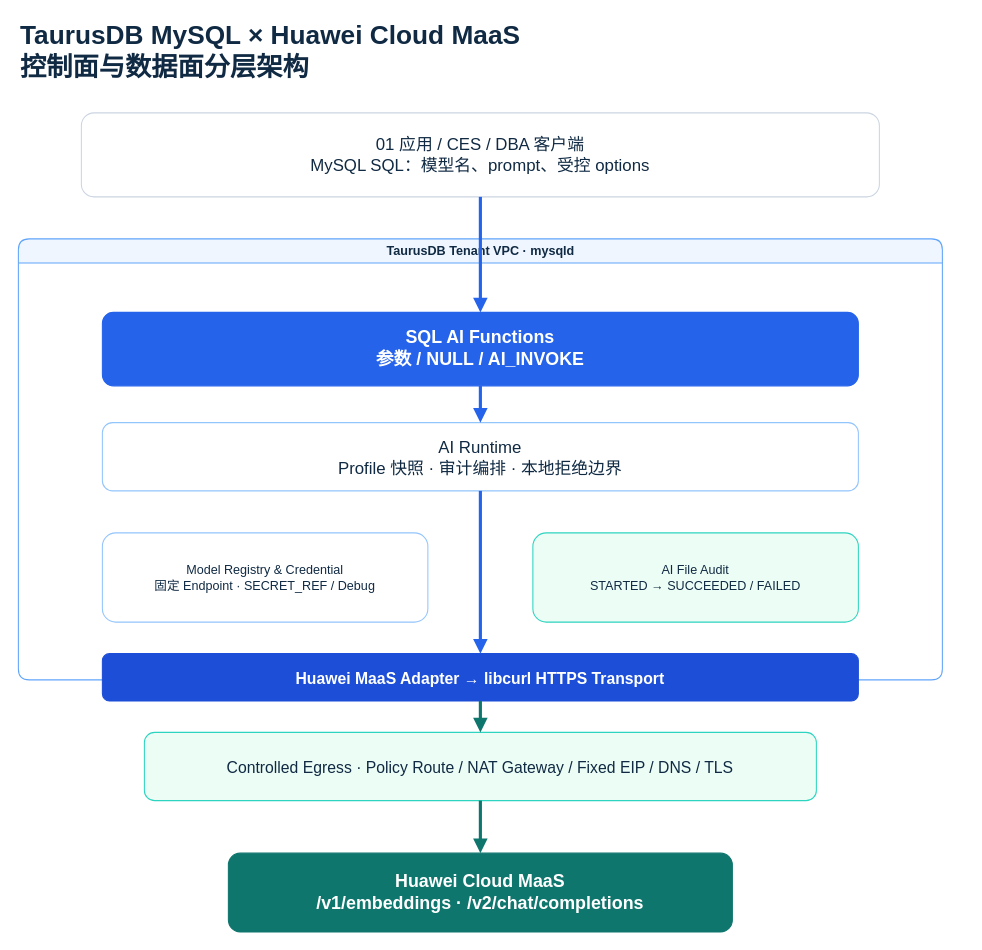
The draw.io diagram page "01 Architecture" (2 of 12) of Docs/db4ai/assets/taurusdb-maas-committer-diagrams.drawio in ZhuQingping/AliSQL, before the edit. Source tidied: cells renumbered, new cells numbered last; positions are measured from the earlier drawing's top-left corner, leaving out a move shared by most shapes. Both pictures are drawn from the tidied source at 105%, with x=0, y=0 at pixel (18, 18).
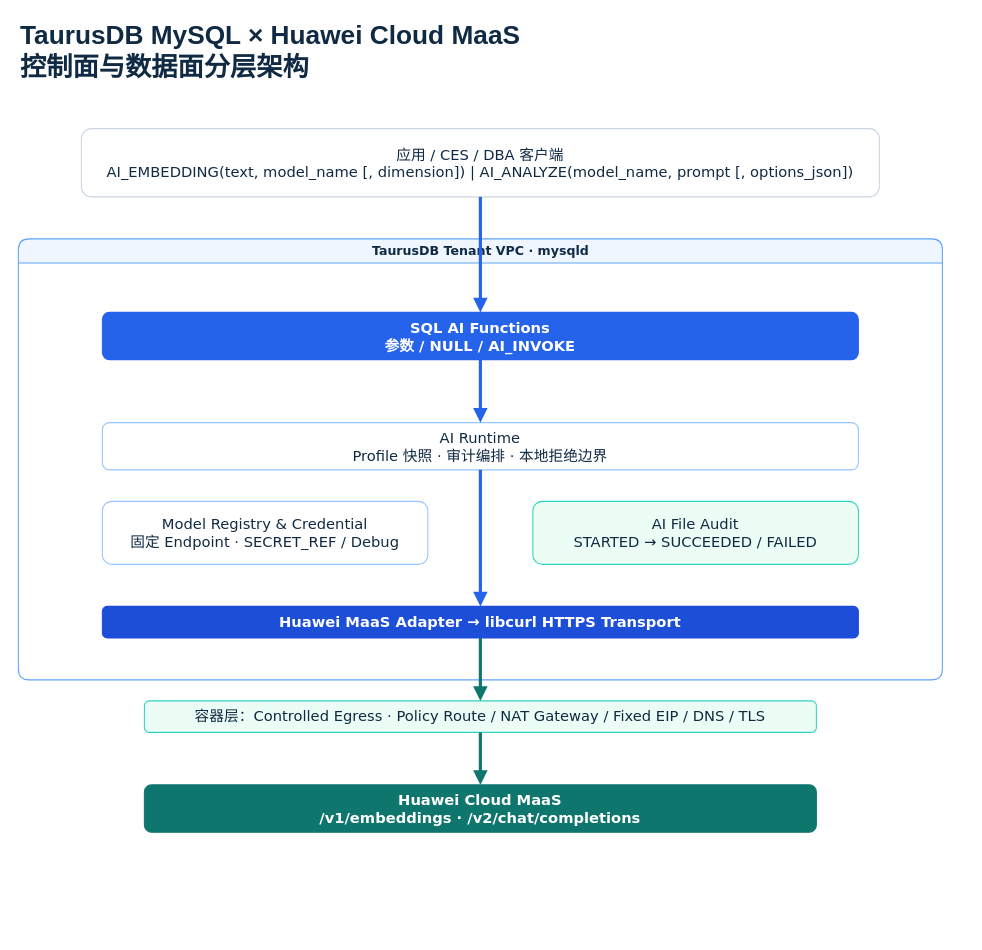
The same diagram, later.

Commit message (it also covers changes not shown here):
docs: expand maas committer design

What changed in the source:
```diff
@@
 <mxGraphModel>
   <root>
     <mxCell id="0" />
     <mxCell id="1" parent="0" />
     <mxCell id="2" value="TaurusDB MySQL × Huawei Cloud MaaS&#10;控制面与数据面分层架构" style="text;html=1;align=left;verticalAlign=middle;fontSize=25;fontStyle=1;fontColor=#102A43;" parent="1" vertex="1">
       <mxGeometry width="900" height="60" as="geometry" />
     </mxCell>
-    <mxCell id="3" value="01  应用 / CES / DBA 客户端&#10;MySQL SQL：模型名、prompt、受控 options" style="rounded=1;whiteSpace=wrap;html=1;fillColor=#FFFFFF;strokeColor=#CBD5E1;fontSize=16;fontColor=#102A43;" parent="1" vertex="1">
-      <mxGeometry x="60" y="90" width="760" height="80" as="geometry" />
+    <mxCell id="3" value="应用 / CES / DBA 客户端&lt;br&gt;AI_EMBEDDING(text, model_name [, dimension]) |&amp;nbsp;AI_ANALYZE(model_name, prompt [, options_json])" style="rounded=1;whiteSpace=wrap;html=1;fillColor=#FFFFFF;strokeColor=#CBD5E1;fontSize=14;fontColor=#102A43;fontFamily=Verdana;" parent="1" vertex="1">
+      <mxGeometry x="60" y="105" width="760" height="65" as="geometry" />
     </mxCell>
-    <mxCell id="4" value="TaurusDB Tenant VPC · mysqld" style="swimlane;rounded=1;html=1;fillColor=#EFF6FF;strokeColor=#60A5FA;fontColor=#102A43;fontStyle=1;" parent="1" vertex="1">
+    <mxCell id="4" value="TaurusDB Tenant VPC · mysqld" style="swimlane;rounded=1;html=1;fillColor=#EFF6FF;strokeColor=#60A5FA;fontColor=#102A43;fontStyle=1;fontFamily=Verdana;" parent="1" vertex="1">
       <mxGeometry y="210" width="880" height="420" as="geometry" />
     </mxCell>
-    <mxCell id="5" value="SQL AI Functions&#10;参数 / NULL / AI_INVOKE" style="rounded=1;whiteSpace=wrap;html=1;fillColor=#2563EB;strokeColor=#2563EB;fontColor=#FFFFFF;fontStyle=1;fontSize=17;" parent="4" vertex="1">
-      <mxGeometry x="80" y="70" width="720" height="70" as="geometry" />
+    <mxCell id="5" value="SQL AI Functions&#10;参数 / NULL / AI_INVOKE" style="rounded=1;whiteSpace=wrap;html=1;fillColor=#2563EB;strokeColor=#2563EB;fontColor=#FFFFFF;fontStyle=1;fontSize=14;fontFamily=Verdana;" parent="4" vertex="1">
+      <mxGeometry x="80" y="70" width="720" height="45" as="geometry" />
     </mxCell>
-    <mxCell id="6" value="AI Runtime&#10;Profile 快照 · 审计编排 · 本地拒绝边界" style="rounded=1;whiteSpace=wrap;html=1;fillColor=#FFFFFF;strokeColor=#93C5FD;fontColor=#102A43;fontSize=16;" parent="4" vertex="1">
-      <mxGeometry x="80" y="175" width="720" height="65" as="geometry" />
+    <mxCell id="6" value="AI Runtime&#10;Profile 快照 · 审计编排 · 本地拒绝边界" style="rounded=1;whiteSpace=wrap;html=1;fillColor=#FFFFFF;strokeColor=#93C5FD;fontColor=#102A43;fontSize=14;fontFamily=Verdana;" parent="4" vertex="1">
+      <mxGeometry x="80" y="175" width="720" height="45" as="geometry" />
     </mxCell>
-    <mxCell id="7" value="Model Registry &amp; Credential&#10;固定 Endpoint · SECRET_REF / Debug" style="rounded=1;whiteSpace=wrap;html=1;fillColor=#FFFFFF;strokeColor=#93C5FD;fontColor=#102A43;" parent="4" vertex="1">
-      <mxGeometry x="80" y="280" width="310" height="85" as="geometry" />
+    <mxCell id="7" value="Model Registry &amp;amp; Credential&#10;固定 Endpoint · SECRET_REF / Debug" style="rounded=1;whiteSpace=wrap;html=1;fillColor=#FFFFFF;strokeColor=#93C5FD;fontColor=#102A43;fontFamily=Verdana;fontSize=14;" parent="4" vertex="1">
+      <mxGeometry x="80" y="250" width="310" height="60" as="geometry" />
     </mxCell>
-    <mxCell id="8" value="AI File Audit&#10;STARTED → SUCCEEDED / FAILED" style="rounded=1;whiteSpace=wrap;html=1;fillColor=#ECFDF5;strokeColor=#2DD4BF;fontColor=#102A43;" parent="4" vertex="1">
-      <mxGeometry x="490" y="280" width="310" height="85" as="geometry" />
+    <mxCell id="8" value="AI File Audit&#10;STARTED → SUCCEEDED / FAILED" style="rounded=1;whiteSpace=wrap;html=1;fillColor=#ECFDF5;strokeColor=#2DD4BF;fontColor=#102A43;fontFamily=Verdana;fontSize=14;" parent="4" vertex="1">
+      <mxGeometry x="490" y="250" width="310" height="60" as="geometry" />
     </mxCell>
-    <mxCell id="9" value="Huawei MaaS Adapter → libcurl HTTPS Transport" style="rounded=1;whiteSpace=wrap;html=1;fillColor=#1D4ED8;strokeColor=#1D4ED8;fontColor=#FFFFFF;fontStyle=1;fontSize=15;" parent="4" vertex="1">
-      <mxGeometry x="80" y="395" width="720" height="45" as="geometry" />
+    <mxCell id="9" value="Huawei MaaS Adapter → libcurl HTTPS Transport" style="rounded=1;whiteSpace=wrap;html=1;fillColor=#1D4ED8;strokeColor=#1D4ED8;fontColor=#FFFFFF;fontStyle=1;fontSize=14;fontFamily=Verdana;" parent="4" vertex="1">
+      <mxGeometry x="80" y="350" width="720" height="30" as="geometry" />
     </mxCell>
-    <mxCell id="10" value="Controlled Egress · Policy Route / NAT Gateway / Fixed EIP / DNS / TLS" style="rounded=1;whiteSpace=wrap;html=1;fillColor=#ECFDF5;strokeColor=#2DD4BF;fontColor=#102A43;fontSize=15;" parent="1" vertex="1">
-      <mxGeometry x="120" y="680" width="640" height="65" as="geometry" />
+    <mxCell id="10" value="容器层：Controlled Egress · Policy Route / NAT Gateway / Fixed EIP / DNS / TLS" style="rounded=1;whiteSpace=wrap;html=1;fillColor=#ECFDF5;strokeColor=#2DD4BF;fontColor=#102A43;fontSize=14;fontFamily=Verdana;" parent="1" vertex="1">
+      <mxGeometry x="120" y="650" width="640" height="30" as="geometry" />
     </mxCell>
-    <mxCell id="11" value="Huawei Cloud MaaS&#10;/v1/embeddings · /v2/chat/completions" style="rounded=1;whiteSpace=wrap;html=1;fillColor=#0F766E;strokeColor=#0F766E;fontColor=#FFFFFF;fontStyle=1;fontSize=17;" parent="1" vertex="1">
-      <mxGeometry x="200" y="795" width="480" height="75" as="geometry" />
+    <mxCell id="11" value="Huawei Cloud MaaS&#10;/v1/embeddings · /v2/chat/completions" style="rounded=1;whiteSpace=wrap;html=1;fillColor=#0F766E;strokeColor=#0F766E;fontColor=#FFFFFF;fontStyle=1;fontSize=14;fontFamily=Verdana;" parent="1" vertex="1">
+      <mxGeometry x="120" y="730" width="640" height="45" as="geometry" />
     </mxCell>
     <mxCell id="12" style="edgeStyle=orthogonalEdgeStyle;rounded=0;jettySize=auto;html=1;strokeColor=#2563EB;strokeWidth=3;endArrow=block;endFill=1;" parent="1" edge="1" source="3" target="5">
       <mxGeometry relative="1" as="geometry" />
     </mxCell>
     <mxCell id="13" style="edgeStyle=orthogonalEdgeStyle;html=1;strokeColor=#2563EB;strokeWidth=3;endArrow=block;" parent="1" edge="1" source="5" target="6">
       <mxGeometry relative="1" as="geometry" />
     </mxCell>
     <mxCell id="14" style="edgeStyle=orthogonalEdgeStyle;html=1;strokeColor=#2563EB;strokeWidth=3;endArrow=block;" parent="1" edge="1" source="6" target="9">
       <mxGeometry relative="1" as="geometry" />
     </mxCell>
     <mxCell id="15" style="edgeStyle=orthogonalEdgeStyle;html=1;strokeColor=#0F766E;strokeWidth=3;endArrow=block;" parent="1" edge="1" source="9" target="10">
       <mxGeometry relative="1" as="geometry" />
     </mxCell>
     <mxCell id="16" style="edgeStyle=orthogonalEdgeStyle;html=1;strokeColor=#0F766E;strokeWidth=3;endArrow=block;" parent="1" edge="1" source="10" target="11">
       <mxGeometry relative="1" as="geometry" />
     </mxCell>
   </root>
 </mxGraphModel>
```
